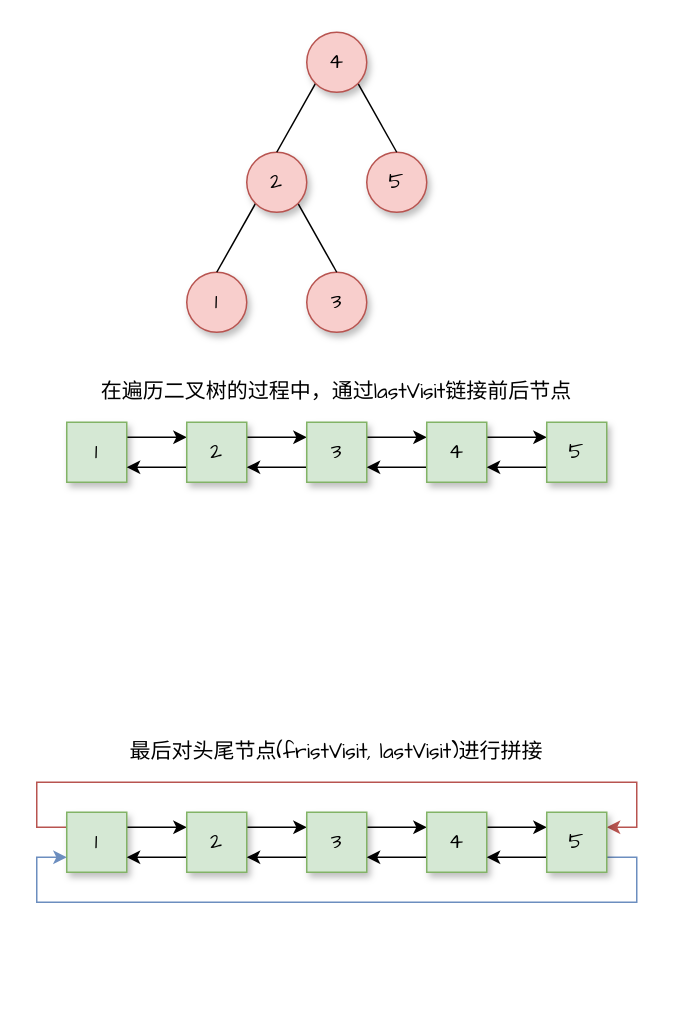
Before: draw.io/将二叉搜索树转化为排序的双向链表 .drawio in goldknife6/algorithm, a draw.io diagram. Source tidied: cells renumbered, new cells numbered last; positions are measured from the earlier drawing's top-left corner, leaving out a move shared by most shapes. Both pictures are drawn from the tidied source at 150%, with x=0, y=0 at pixel (36, 32).
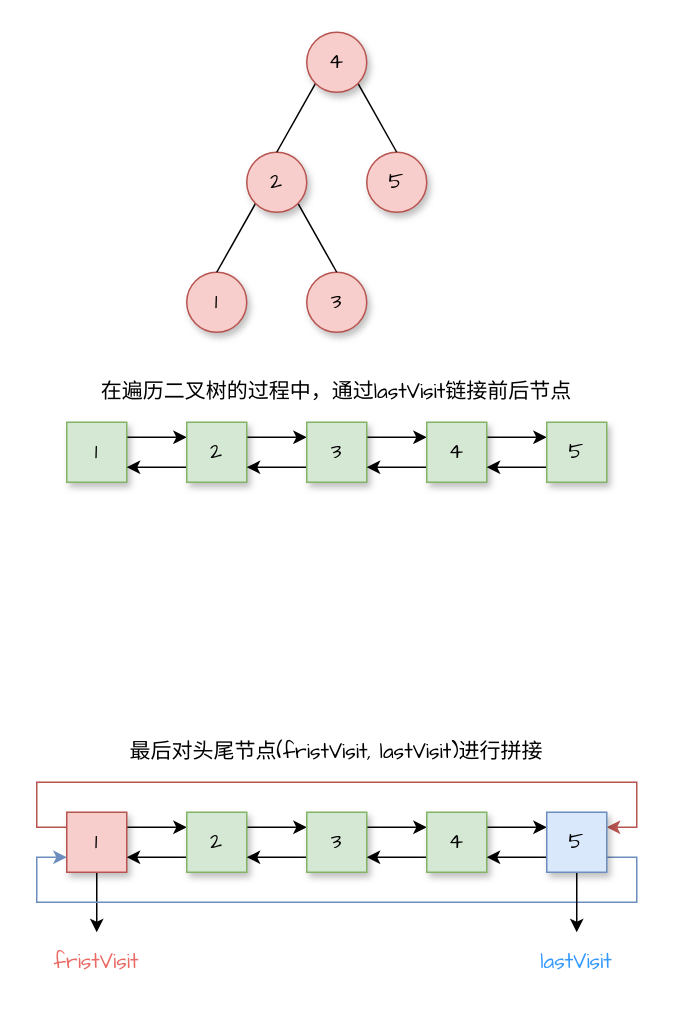
After the change.

Commit message (it also covers changes not shown here):
更新将二叉搜索树转化为排序的双向链表 .drawio

What changed in the source:
```diff
@@
+    <mxCell id="41" style="edgeStyle=orthogonalEdgeStyle;rounded=0;jettySize=auto;html=1;exitX=0.5;exitY=1;exitDx=0;exitDy=0;entryX=0.5;entryY=0;entryDx=0;entryDy=0;fontFamily=Comic Sans MS;fontSize=14;fontColor=#3399FF;startArrow=none;startFill=0;endArrow=classic;endFill=1;" parent="1" edge="1" source="26" target="43">
+      <mxGeometry relative="1" as="geometry" />
+    </mxCell>
-    <mxCell id="26" value="1" style="rounded=0;whiteSpace=wrap;html=1;shadow=1;fontFamily=Comic Sans MS;fontSize=14;fillColor=#d5e8d4;strokeColor=#82b366;" parent="1" vertex="1">
+    <mxCell id="26" value="1" style="rounded=0;whiteSpace=wrap;html=1;shadow=1;fontFamily=Comic Sans MS;fontSize=14;fillColor=#f8cecc;strokeColor=#b85450;" parent="1" vertex="1">
       <mxGeometry x="20" y="520" width="40" height="40" as="geometry" />
     </mxCell>
@@
+    <mxCell id="42" style="edgeStyle=orthogonalEdgeStyle;rounded=0;jettySize=auto;html=1;exitX=0.5;exitY=1;exitDx=0;exitDy=0;entryX=0.5;entryY=0;entryDx=0;entryDy=0;fontFamily=Comic Sans MS;fontSize=14;fontColor=#3399FF;startArrow=none;startFill=0;endArrow=classic;endFill=1;" parent="1" edge="1" source="38" target="44">
+      <mxGeometry relative="1" as="geometry" />
+    </mxCell>
-    <mxCell id="38" value="5" style="rounded=0;whiteSpace=wrap;html=1;shadow=1;fontFamily=Comic Sans MS;fontSize=14;fillColor=#d5e8d4;strokeColor=#82b366;" parent="1" vertex="1">
+    <mxCell id="38" value="5" style="rounded=0;whiteSpace=wrap;html=1;shadow=1;fontFamily=Comic Sans MS;fontSize=14;fillColor=#dae8fc;strokeColor=#6c8ebf;" parent="1" vertex="1">
       <mxGeometry x="340" y="520" width="40" height="40" as="geometry" />
     </mxCell>
@@
+    <mxCell id="43" value="&lt;font color=&quot;#ea6b66&quot;&gt;fristVisit&lt;/font&gt;" style="text;html=1;strokeColor=none;fillColor=none;align=center;verticalAlign=middle;whiteSpace=wrap;rounded=0;shadow=1;fontFamily=Comic Sans MS;fontSize=14;" parent="1" vertex="1">
+      <mxGeometry y="600" width="80" height="40" as="geometry" />
+    </mxCell>
+    <mxCell id="44" value="&lt;font color=&quot;#3399ff&quot;&gt;lastVisit&lt;/font&gt;" style="text;html=1;strokeColor=none;fillColor=none;align=center;verticalAlign=middle;whiteSpace=wrap;rounded=0;shadow=1;fontFamily=Comic Sans MS;fontSize=14;fontColor=#EA6B66;" parent="1" vertex="1">
+      <mxGeometry x="320" y="600" width="80" height="40" as="geometry" />
+    </mxCell>
```
